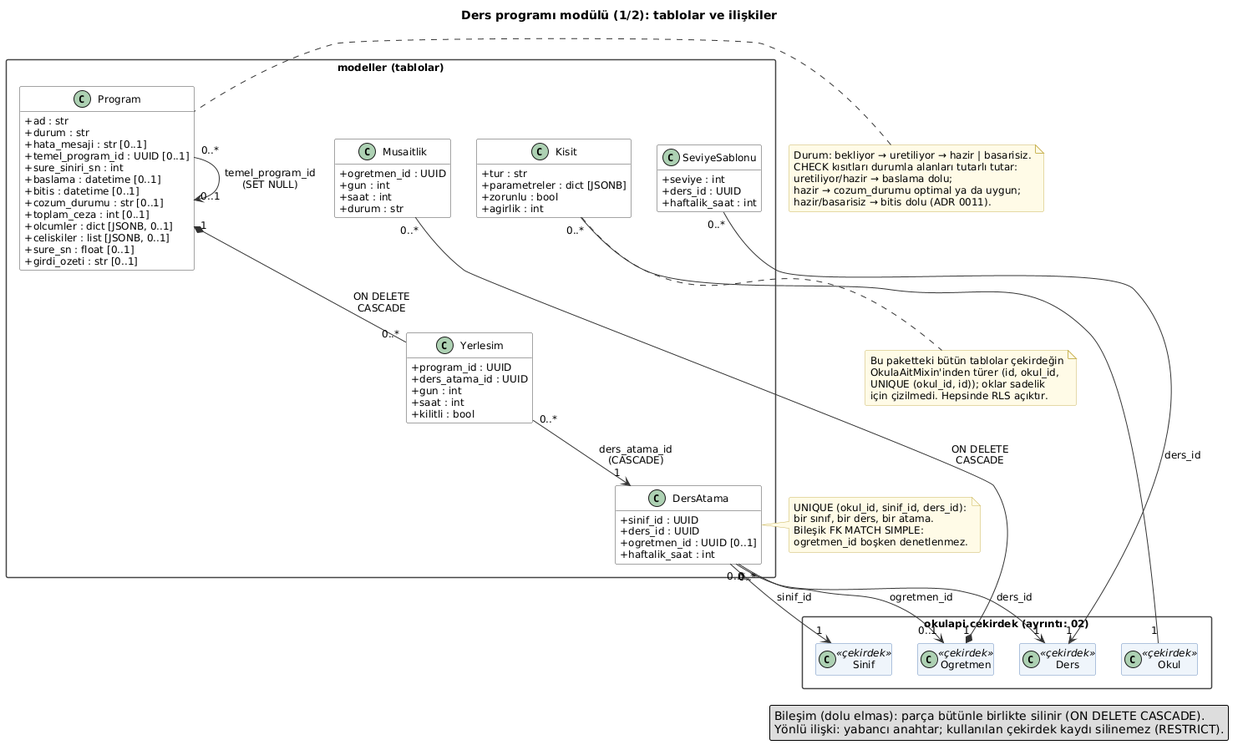
Earlier version of the PlantUML export docs/diyagramlar/cikti/04-ders-programi-tablolar.png (yusuf-aycicek/cizelge).
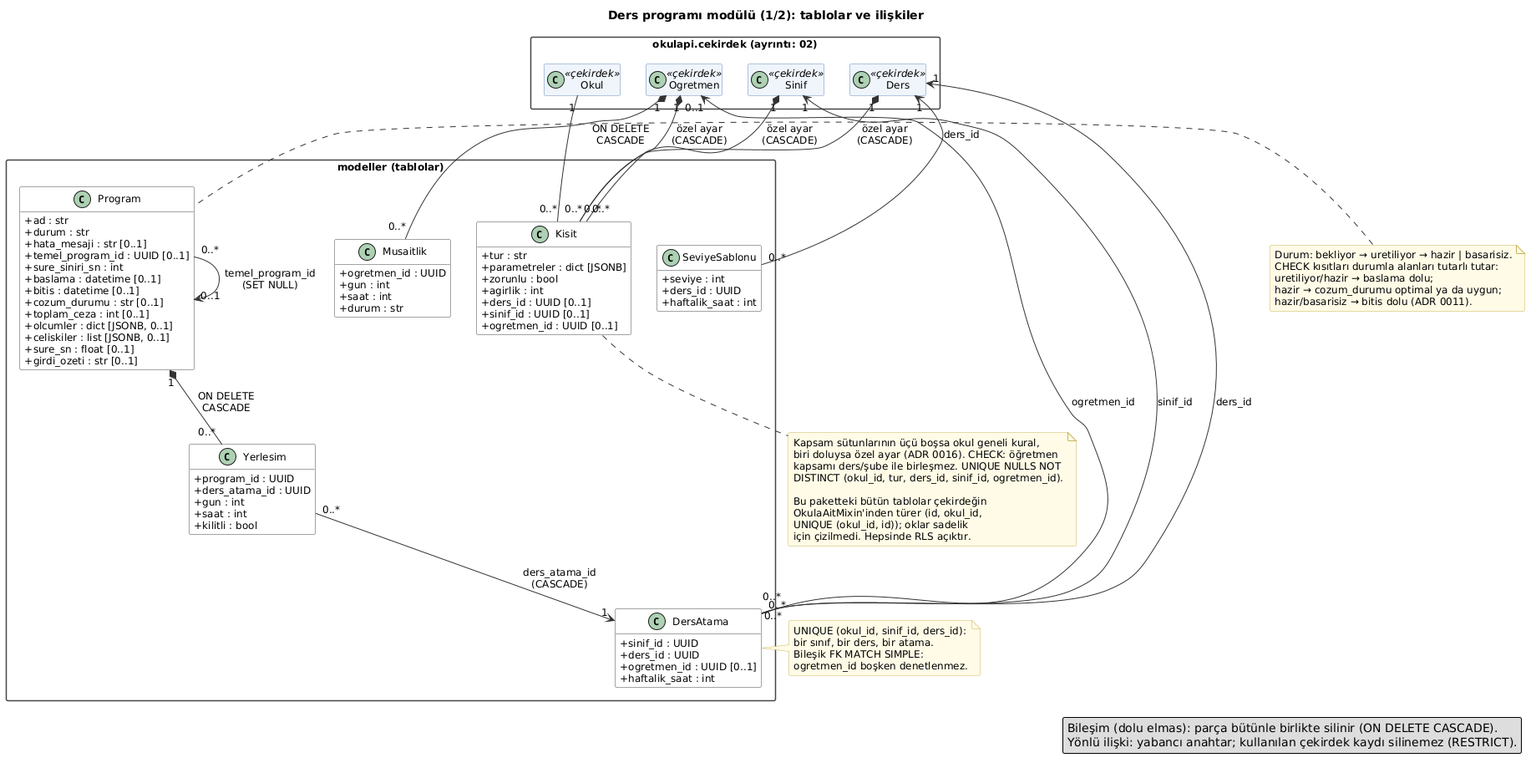
Later version of the same file.

Diff of the diagram source:
```diff
@@ -38,6 +38,9 @@
     +parametreler : dict [JSONB]
     +zorunlu : bool
     +agirlik : int
+    +ders_id : UUID [0..1]
+    +sinif_id : UUID [0..1]
+    +ogretmen_id : UUID [0..1]
   }
   class Program {
     +ad : str
@@ -72,6 +75,9 @@
 Yerlesim "0..*" --> "1" DersAtama : ders_atama_id\n(CASCADE)
 Program "0..*" --> "0..1" Program : temel_program_id\n(SET NULL)
 Okul "1" -- "0..*" Kisit
+Ogretmen "1" *-- "0..*" Kisit : özel ayar\n(CASCADE)
+Ders "1" *-- "0..*" Kisit : özel ayar\n(CASCADE)
+Sinif "1" *-- "0..*" Kisit : özel ayar\n(CASCADE)
 
 note right of DersAtama
   UNIQUE (okul_id, sinif_id, ders_id):
@@ -89,6 +95,11 @@
 end note
 
 note bottom of Kisit
+  Kapsam sütunlarının üçü boşsa okul geneli kural,
+  biri doluysa özel ayar (ADR 0016). CHECK: öğretmen
+  kapsamı ders/şube ile birleşmez. UNIQUE NULLS NOT
+  DISTINCT (okul_id, tur, ders_id, sinif_id, ogretmen_id).
+
   Bu paketteki bütün tablolar çekirdeğin
   OkulaAitMixin'inden türer (id, okul_id,
   UNIQUE (okul_id, id)); oklar sadelik
```
